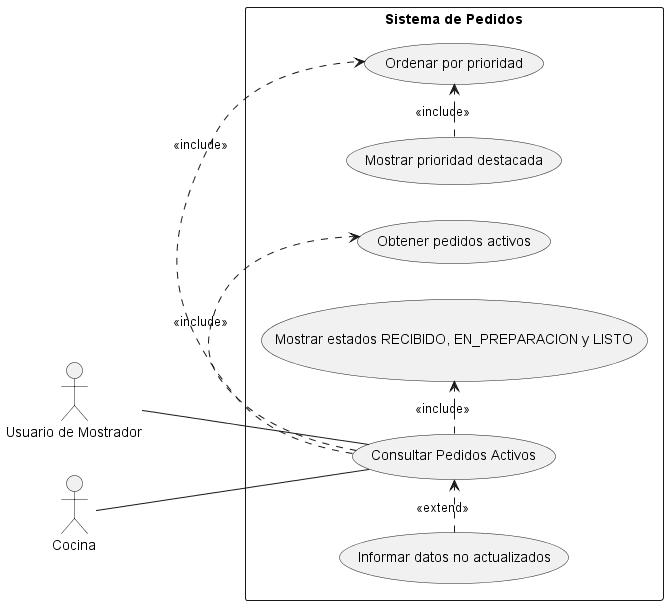
eloeyhe/SistemaPedidos keeps this PlantUML diagram as diagramas/02-casos-de-uso/CU05_Consultar_Pedidos_Activos.png. Above is the earlier version. Source of this version:
```plantuml
@startuml CU05_Consultar_Pedidos_Activos
left to right direction

actor "Usuario de Mostrador" as Mostrador
actor Cocina

rectangle "Sistema de Pedidos" {
    usecase "Consultar Pedidos Activos" as Consultar
    usecase "Obtener pedidos activos" as Obtener
    usecase "Mostrar estados RECIBIDO, EN_PREPARACION y LISTO" as MostrarEstados
    usecase "Ordenar por prioridad" as OrdenarPrioridad
    usecase "Mostrar prioridad destacada" as MostrarPrioridad
    usecase "Informar datos no actualizados" as SinConexion
}

Mostrador -- Consultar
Cocina -- Consultar

Consultar .> Obtener : <<include>>
Consultar .> MostrarEstados : <<include>>
Consultar .> OrdenarPrioridad : <<include>>
MostrarPrioridad .> OrdenarPrioridad : <<include>>
SinConexion .> Consultar : <<extend>>
@enduml
```
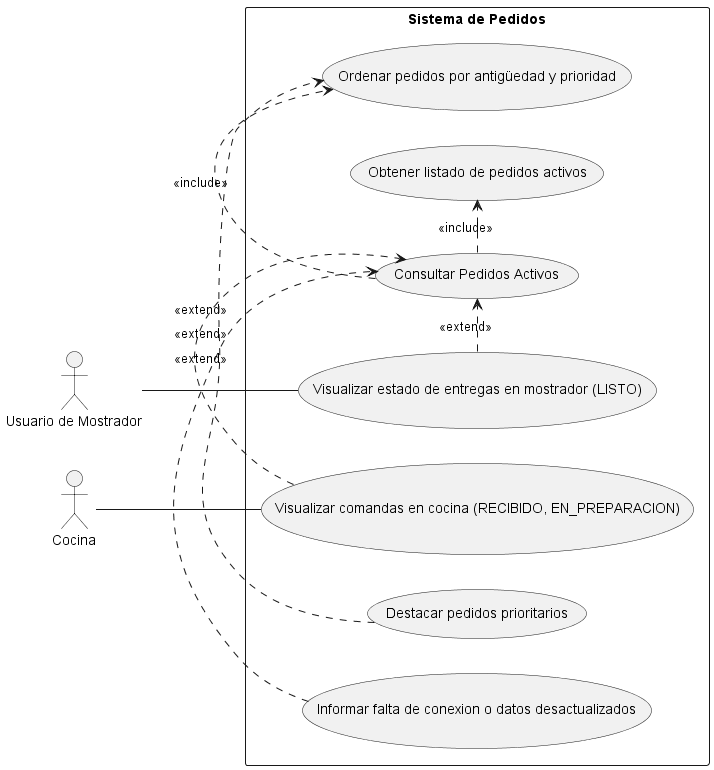
After the commit.

Diff of the diagram source:
```diff
@@ -1,24 +1,27 @@
 @startuml CU05_Consultar_Pedidos_Activos
 left to right direction
-
 actor "Usuario de Mostrador" as Mostrador
 actor Cocina
 
 rectangle "Sistema de Pedidos" {
-    usecase "Consultar Pedidos Activos" as Consultar
-    usecase "Obtener pedidos activos" as Obtener
-    usecase "Mostrar estados RECIBIDO, EN_PREPARACION y LISTO" as MostrarEstados
-    usecase "Ordenar por prioridad" as OrdenarPrioridad
-    usecase "Mostrar prioridad destacada" as MostrarPrioridad
-    usecase "Informar datos no actualizados" as SinConexion
+	usecase "Consultar Pedidos Activos" as Consultar
+	usecase "Obtener listado de pedidos activos" as Obtener
+	usecase "Visualizar comandas en cocina (RECIBIDO, EN_PREPARACION)" as ConsultarCocina
+	usecase "Visualizar estado de entregas en mostrador (LISTO)" as ConsultarMostrador
+	usecase "Ordenar pedidos por antigüedad y prioridad" as Ordenar
+	usecase "Destacar pedidos prioritarios" as Destacar
+	usecase "Informar falta de conexion o datos desactualizados" as SinConexion
 }
 
-Mostrador -- Consultar
-Cocina -- Consultar
+Cocina -- ConsultarCocina
+Mostrador -- ConsultarMostrador
+
+ConsultarCocina .> Consultar : <<extend>>
+ConsultarMostrador .> Consultar : <<extend>>
 
 Consultar .> Obtener : <<include>>
-Consultar .> MostrarEstados : <<include>>
-Consultar .> OrdenarPrioridad : <<include>>
-MostrarPrioridad .> OrdenarPrioridad : <<include>>
+Consultar .> Ordenar : <<include>>
+
+Destacar .> Ordenar : <<extend>>
 SinConexion .> Consultar : <<extend>>
 @enduml
```
